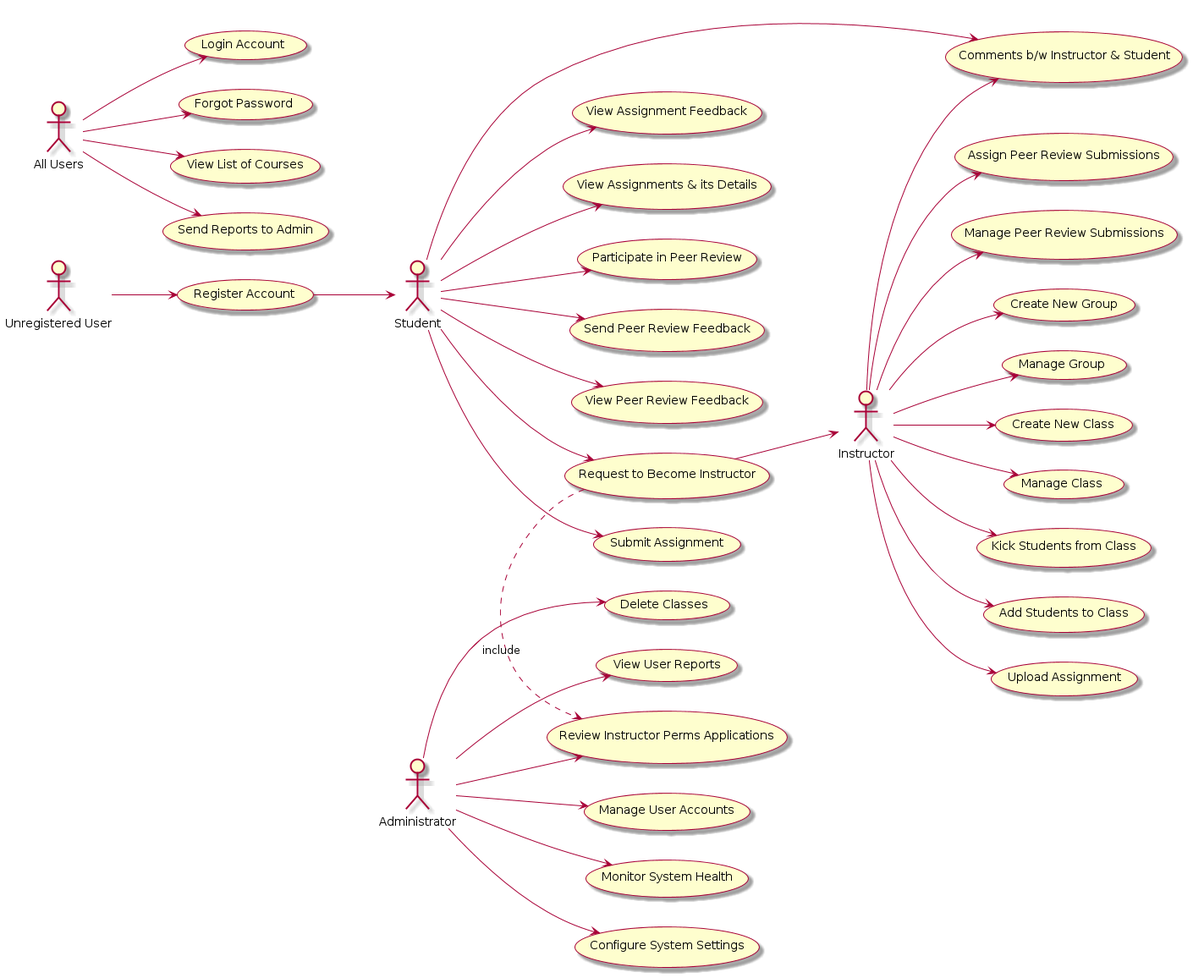
UBCO-COSC499-Summer-2024/team-10-capstone-peer-review-app keeps this PlantUML diagram as docs/design/images/use-case-diagram.png. Above is the earlier version.
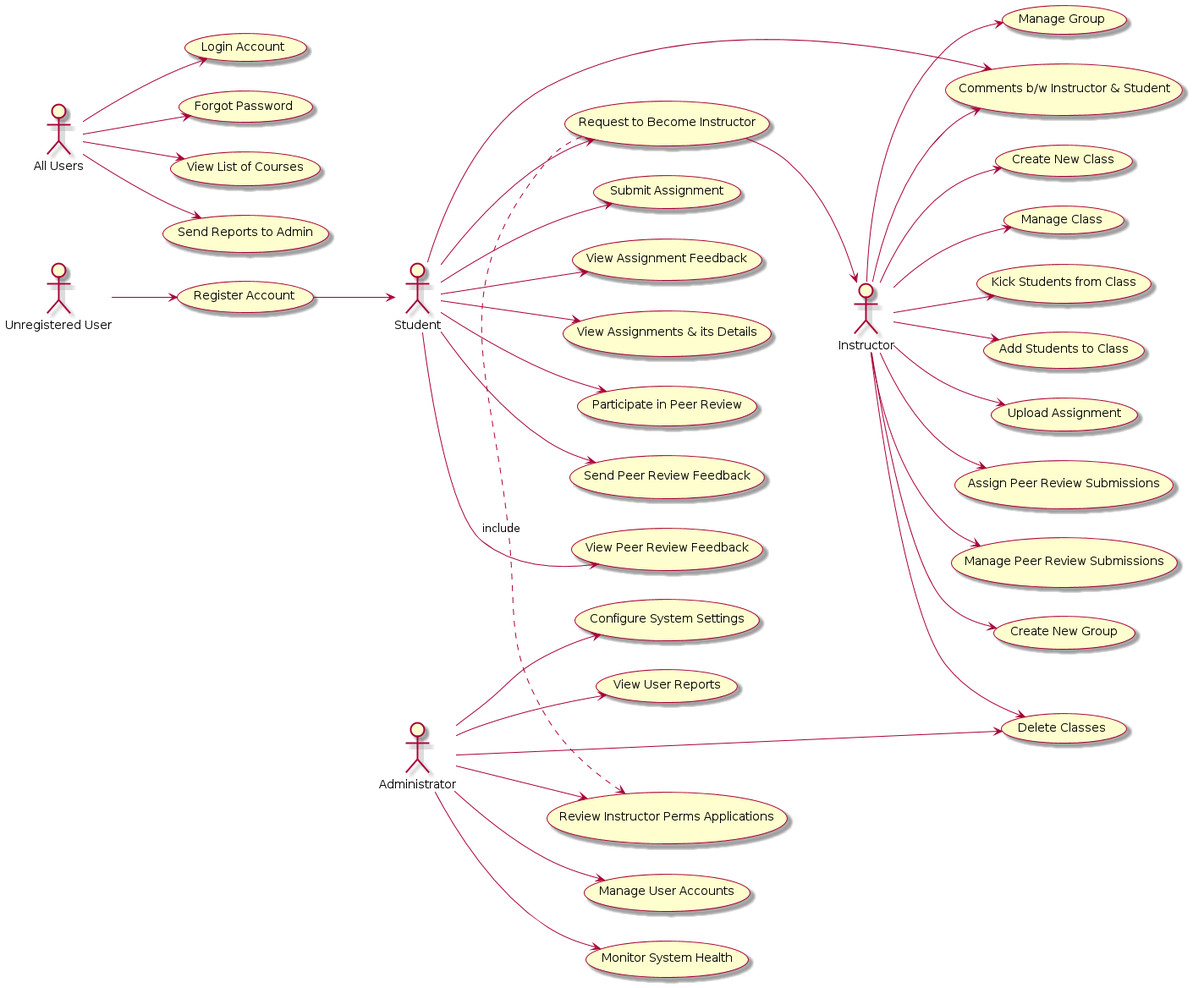
The same file after the commit.

Commit message:
Small change to Use Case diagram

What changed in the source:
```diff
@@ -42,6 +42,7 @@
 A --> (Configure System Settings)
 A --> (Review Instructor Perms Applications)
 A --> (Delete Classes)
+I --> (Delete Classes)
 A --> (View User Reports)
 
 (Request to Become Instructor) --> I
```
